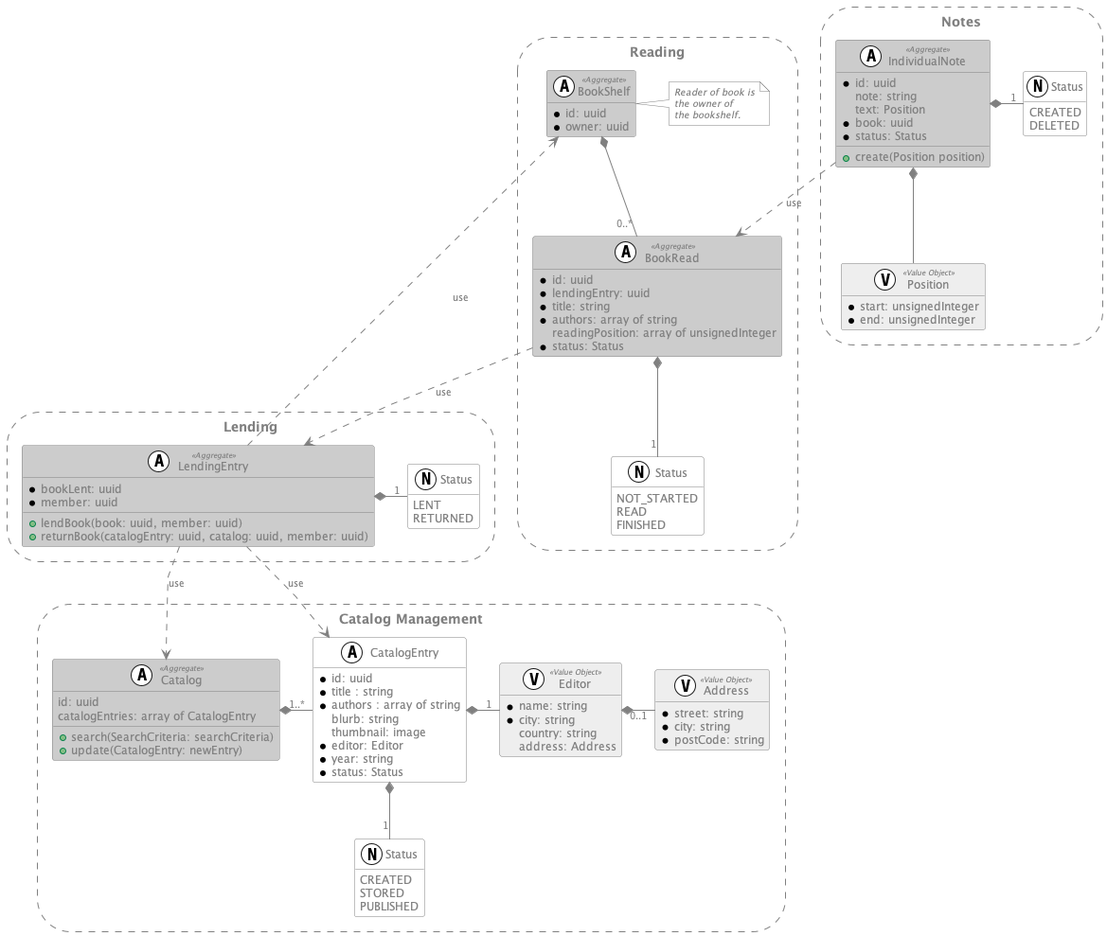
Above: TacticalDesign/Library/Library.png in Grinseteddy/MasteringDdd (PlantUML), before the change. Source of this version:
```plantuml
@startuml

hide empty members
skinparam linetype polyline
allowmixing

skinparam class {
    backgroundcolor #FFFFFF
    backgroundcolor<<Aggregate>> #CCCCCC
    backgroundcolor<<Entity>> #DDDDDD
    backgroundcolor<<Value Object>> #EEEEEE

    bordercolor grey
    fontcolor grey
    fontcolor<<Aggregate>> grey
    fontcolor<<Entity>> grey
    fontcolor<<Value Object>> grey

    attributefontcolor grey
    attributefontsize 12
    attributefontcolor<<Aggregate>> grey

    stereotypefontcolor grey
    stereotypefontsize 8


}

skinparam arrow {
    color grey
    fontcolor grey
    fontsize 10
}

skinparam storage {
    backgroundcolor white
    bordercolor grey
    borderstyle dashed
    fontcolor grey
}

skinparam note {
    backgroundcolor white
    fontcolor grey
    fontstyle italic
    fontsize 10
    bordercolor grey

}

storage "Catalog Management" as catalogBoundedContext  {
    class "Catalog" as catalog <<(A,#FFFFFF) Aggregate>> {
        id: uuid
        catalogEntries: array of CatalogEntry
        + search(SearchCriteria: searchCriteria)
        + update(CatalogEntry: newEntry)
    }

    class "CatalogEntry" as catalogEntry <<A, #FFFFFF>> {
        * id: uuid
        * title : string
        * authors : array of string
        blurb: string
        thumbnail: image
        * editor: Editor
        * year: string
        * status: Status
    }

    class "Editor" as editor <<(V, #FFFFFF) Value Object>> {
        * name: string
        * city: string
        country: string
        address: Address
    }

    class "Address" as address <<V, #FFFFFF) Value Object>> {
        * street: string
        * city: string
        * postCode: string
    }

    enum "Status" as statusCatalogEntry <<(N,#FFFFFF)>> {
        CREATED
        STORED
        PUBLISHED
    }

    catalog *-"1..*" catalogEntry
    catalogEntry *-"1" editor
    editor *-"0..1" address
    catalogEntry *--"1" statusCatalogEntry
}

storage Notes {
    class "IndividualNote" as individualNote <<(A, #FFFFFF) Aggregate>> {
        * id: uuid
        note: string
        text: Position
        * book: uuid
        * status: Status
        + create(Position position)
    }

    class "Position" as position <<(V, #FFFFFF) Value Object>> {
        * start: unsignedInteger
        * end: unsignedInteger
    }

    enum "Status" as statusNote <<(N, FFFFFF)>> {
        CREATED
        DELETED
    }

    individualNote *-down- position
    individualNote *-"1" statusNote

}

storage Reading {
    class "BookRead" as bookRead <<(A, #FFFFFF) Aggregate>> {
        *id: uuid
        *lendingEntry: uuid
        *title: string
        *authors: array of string
        readingPosition: array of unsignedInteger
        * status: Status
    }

    class "BookShelf" as bookShelf <<(A, #FFFFFF) Aggregate>> {
        * id: uuid
        * owner: uuid
    }

    note right  {
        Reader of book is
        the owner of
        the bookshelf.
    }

    enum "Status" as statusBookRead <<(N, #FFFFFF)>> {
        NOT_STARTED
        READ
        FINISHED
    }

    bookShelf *--"0..*" bookRead
    bookRead *--"1" statusBookRead

}

storage Lending {
    class "LendingEntry" as lendingEntry <<(A, #FFFFFF) Aggregate>>{
        * bookLent: uuid
        * member: uuid
        + lendBook(book: uuid, member: uuid)
        + returnBook(catalogEntry: uuid, catalog: uuid, member: uuid)
    }

    enum "Status" as statusLending <<(N, #FFFFFF)>> {
        LENT
        RETURNED
    }

    lendingEntry *-"1" statusLending
}

individualNote ..> bookRead : use
bookRead ..> lendingEntry : use
lendingEntry ..> catalogEntry : use
lendingEntry ..> catalog : use
lendingEntry ..> bookShelf : use

@enduml
```
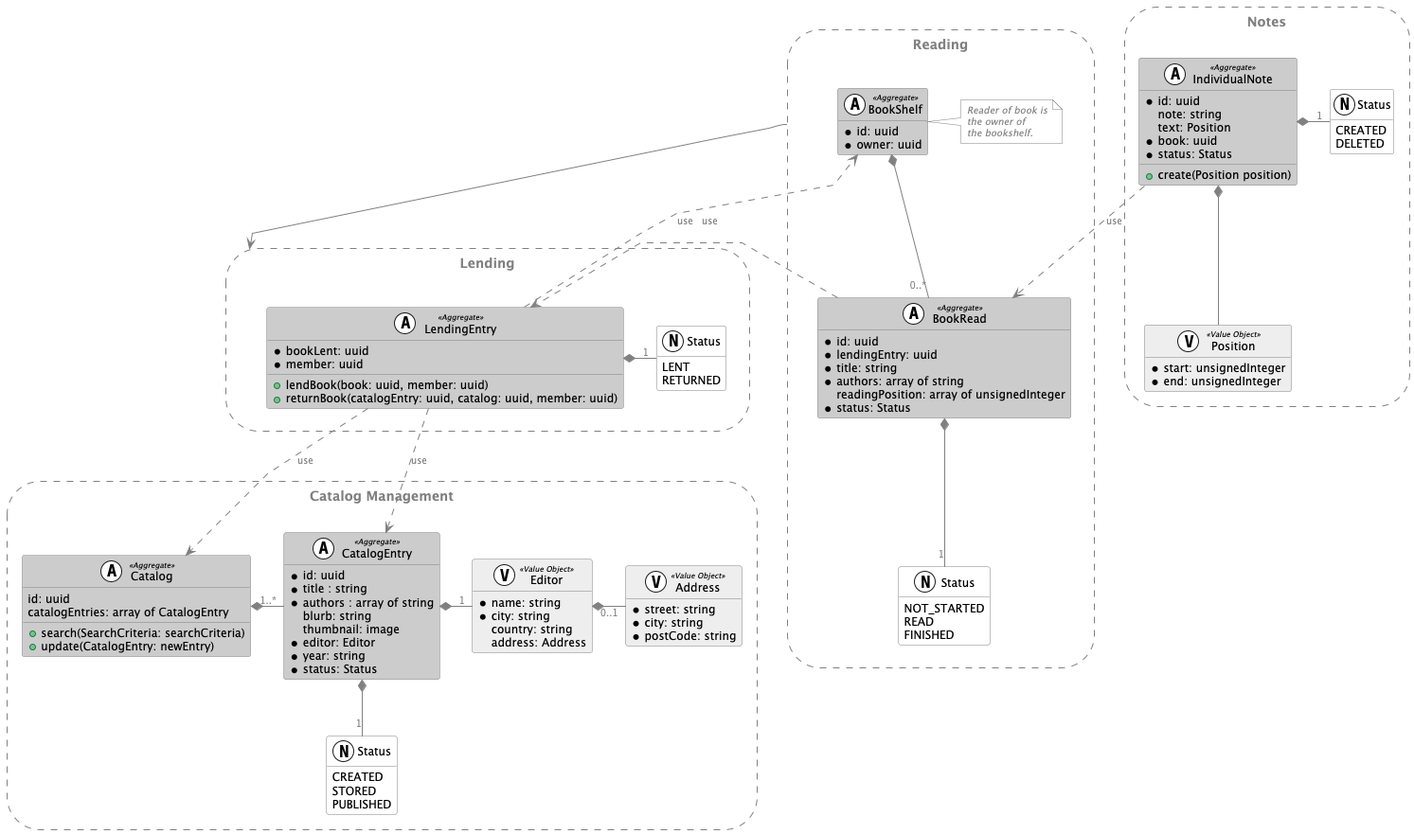
Later version of the same file.

Commit message:
Technical Review

Change to the diagram source:
```diff
@@ -1,8 +1,10 @@
 @startuml
 
+top to bottom direction
 hide empty members
 skinparam linetype polyline
 allowmixing
+
 
 skinparam class {
     backgroundcolor #FFFFFF
@@ -11,16 +13,16 @@
     backgroundcolor<<Value Object>> #EEEEEE
 
     bordercolor grey
-    fontcolor grey
-    fontcolor<<Aggregate>> grey
-    fontcolor<<Entity>> grey
-    fontcolor<<Value Object>> grey
+    fontcolor black
+    fontcolor<<Aggregate>> black
+    fontcolor<<Entity>> balck
+    fontcolor<<Value Object>> black
 
-    attributefontcolor grey
+    attributefontcolor black
     attributefontsize 12
-    attributefontcolor<<Aggregate>> grey
+    attributefontcolor<<Aggregate>> black
 
-    stereotypefontcolor grey
+    stereotypefontcolor black
     stereotypefontsize 8
 
 
@@ -56,7 +58,7 @@
         + update(CatalogEntry: newEntry)
     }
 
-    class "CatalogEntry" as catalogEntry <<A, #FFFFFF>> {
+    class "CatalogEntry" as catalogEntry <<(A, #FFFFFF) Aggregate>> {
         * id: uuid
         * title : string
         * authors : array of string
@@ -171,4 +173,6 @@
 lendingEntry ..> catalog : use
 lendingEntry ..> bookShelf : use
 
+Reading -down-> Lending
+
 @enduml
```
